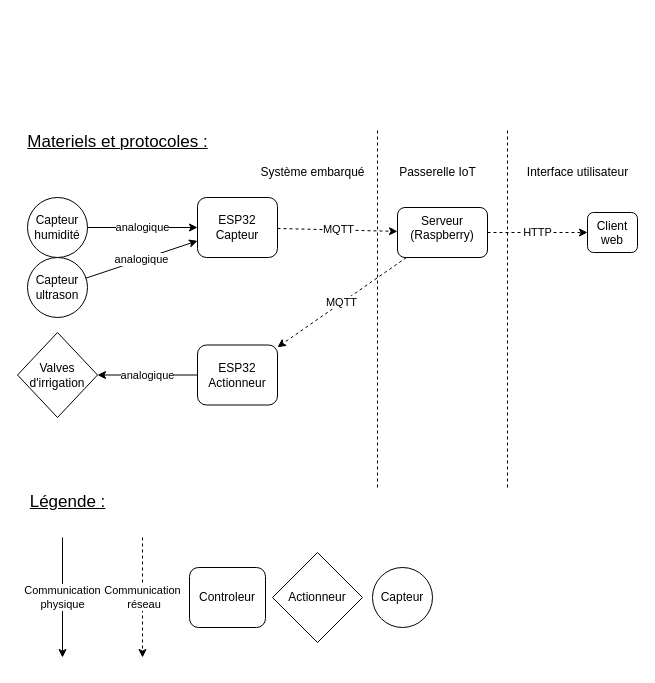
The draw.io diagram docs/archi_materielle.drawio in Nicolas-Delahaie/ynov-iot, before the edit. Source tidied: cells renumbered, new cells numbered last; positions are measured from the earlier drawing's top-left corner, leaving out a move shared by most shapes. Both pictures are drawn from the tidied source at 100%, with x=0, y=0 at pixel (17, 127).
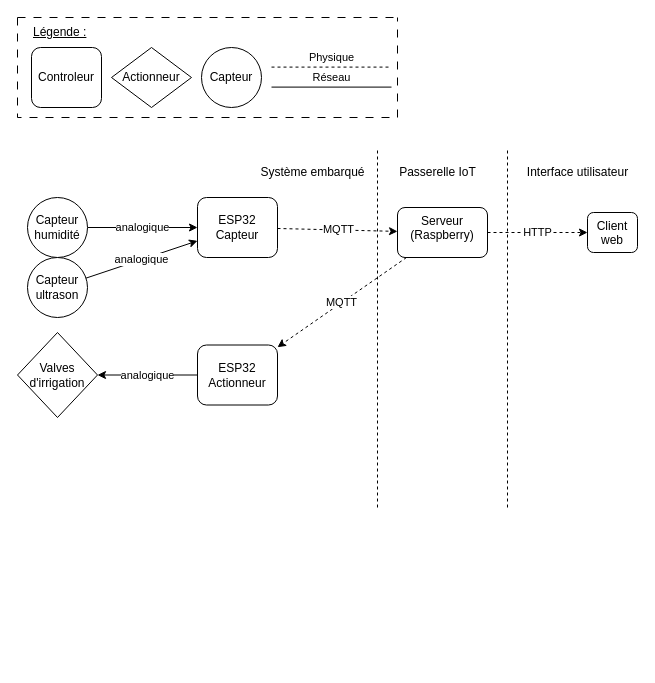
After the change.

Commit message (it also covers changes not shown here):
Uniformisation des diagrammes

The edit, as a diff of the source:
```diff
@@
     <mxCell id="8" style="edgeStyle=none;html=1;dashed=1;endArrow=none;endFill=0;" parent="1" edge="1">
       <mxGeometry relative="1" as="geometry">
-        <mxPoint x="360" y="360" as="sourcePoint" />
-        <mxPoint x="360" as="targetPoint" />
+        <mxPoint x="360" y="380" as="sourcePoint" />
+        <mxPoint x="360" y="20" as="targetPoint" />
       </mxGeometry>
     </mxCell>
@@
-    <mxCell id="12" value="Actionneur" style="rhombus;whiteSpace=wrap;html=1;" parent="1" vertex="1">
-      <mxGeometry x="255" y="425" width="90" height="90" as="geometry" />
-    </mxCell>
-    <mxCell id="13" value="Controleur" style="rounded=1;whiteSpace=wrap;html=1;" parent="1" vertex="1">
-      <mxGeometry x="172" y="440" width="76" height="60" as="geometry" />
-    </mxCell>
-    <mxCell id="14" value="Communication&lt;div&gt;&amp;nbsp;réseau&lt;/div&gt;" style="edgeStyle=none;html=1;dashed=1;" parent="1" edge="1">
-      <mxGeometry relative="1" as="geometry">
-        <mxPoint x="125" y="410" as="sourcePoint" />
-        <mxPoint x="125" y="530" as="targetPoint" />
-      </mxGeometry>
-    </mxCell>
-    <mxCell id="15" value="Communication&lt;div&gt;physique&lt;/div&gt;" style="edgeStyle=none;html=1;" parent="1" edge="1">
-      <mxGeometry relative="1" as="geometry">
-        <mxPoint x="45" y="410" as="sourcePoint" />
-        <mxPoint x="45" y="530" as="targetPoint" />
-      </mxGeometry>
-    </mxCell>
@@
-    <mxCell id="18" value="&lt;u style=&quot;&quot;&gt;&lt;font style=&quot;font-size: 17px;&quot;&gt;Materiels et protocoles :&lt;/font&gt;&lt;/u&gt;" style="text;html=1;align=center;verticalAlign=middle;strokeColor=none;fillColor=none;" parent="1" vertex="1">
-      <mxGeometry width="200" height="30" as="geometry" />
-    </mxCell>
     <mxCell id="19" style="edgeStyle=none;html=1;dashed=1;endArrow=none;endFill=0;" parent="1" edge="1">
       <mxGeometry relative="1" as="geometry">
-        <mxPoint x="490" y="360" as="sourcePoint" />
-        <mxPoint x="490" as="targetPoint" />
+        <mxPoint x="490" y="380" as="sourcePoint" />
+        <mxPoint x="490" y="20" as="targetPoint" />
       </mxGeometry>
     </mxCell>
@@
-    <mxCell id="22" value="Capteur" style="ellipse;whiteSpace=wrap;html=1;" parent="1" vertex="1">
-      <mxGeometry x="355" y="440" width="60" height="60" as="geometry" />
-    </mxCell>
-    <mxCell id="23" value="&lt;u&gt;&lt;font style=&quot;font-size: 17px;&quot;&gt;Légende :&lt;/font&gt;&lt;/u&gt;" style="text;html=1;align=center;verticalAlign=middle;strokeColor=none;fillColor=none;fontSize=15;" parent="1" vertex="1">
-      <mxGeometry y="360" width="100" height="30" as="geometry" />
-    </mxCell>
@@
+    <mxCell id="27" style="swimlane;startSize=0;dashed=1;dashPattern=8 8;" parent="1" vertex="1">
+      <mxGeometry y="-110" width="380" height="100" as="geometry" />
+    </mxCell>
+    <mxCell id="28" value="Physique" style="edgeStyle=none;html=1;dashed=1;endArrow=none;endFill=0;" parent="27" edge="1">
+      <mxGeometry y="10" relative="1" as="geometry">
+        <mxPoint x="254" y="49.6" as="sourcePoint" />
+        <mxPoint x="374" y="49.6" as="targetPoint" />
+      </mxGeometry>
+    </mxCell>
+    <mxCell id="29" value="Réseau" style="edgeStyle=none;html=1;endArrow=none;endFill=0;" parent="27" edge="1">
+      <mxGeometry y="10" relative="1" as="geometry">
+        <mxPoint x="254" y="69.6" as="sourcePoint" />
+        <mxPoint x="374" y="69.6" as="targetPoint" />
+      </mxGeometry>
+    </mxCell>
+    <mxCell id="13" value="Controleur" style="rounded=1;whiteSpace=wrap;html=1;" parent="27" vertex="1">
+      <mxGeometry x="14" y="30" width="70" height="60" as="geometry" />
+    </mxCell>
+    <mxCell id="23" value="&lt;u&gt;Légende :&lt;/u&gt;" style="text;html=1;align=left;verticalAlign=middle;strokeColor=none;fillColor=none;" parent="27" vertex="1">
+      <mxGeometry x="14" width="80" height="30" as="geometry" />
+    </mxCell>
+    <mxCell id="12" value="Actionneur" style="rhombus;whiteSpace=wrap;html=1;" parent="27" vertex="1">
+      <mxGeometry x="94" y="30" width="80" height="60" as="geometry" />
+    </mxCell>
+    <mxCell id="22" value="Capteur" style="ellipse;whiteSpace=wrap;html=1;" parent="27" vertex="1">
+      <mxGeometry x="184" y="30" width="60" height="60" as="geometry" />
+    </mxCell>
```
